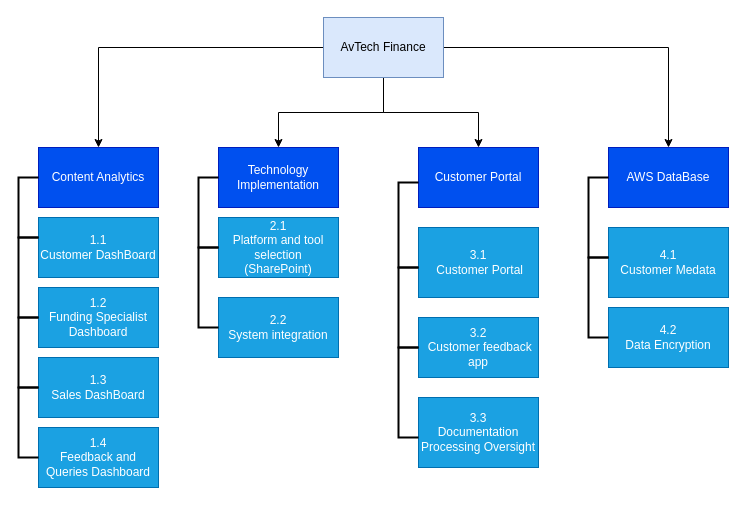
The draw.io diagram WBS for Analysis and Design.drawio in lkingl123/About-Me, before the edit. Source tidied: cells renumbered, new cells numbered last; positions are measured from the earlier drawing's top-left corner, leaving out a move shared by most shapes. Both pictures are drawn from the tidied source at 100%, with x=0, y=0 at pixel (18, 17).
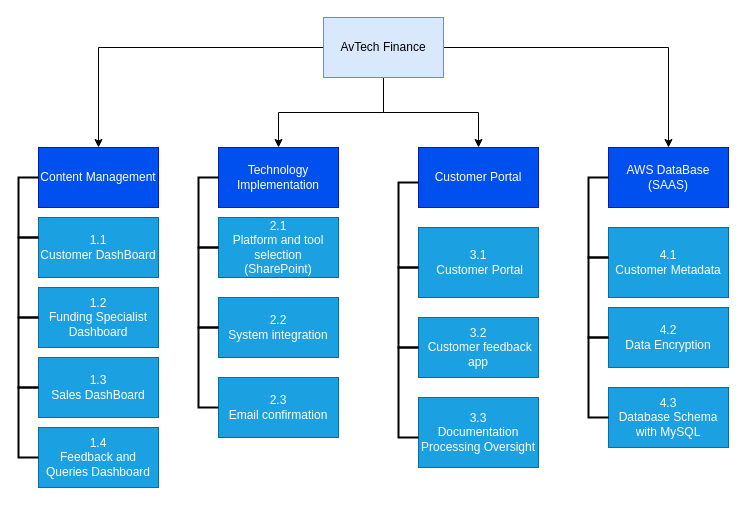
The same page after the edit.

The edit, as a diff of the source:
```diff
@@
-    <mxCell id="7" value="Content Analytics" style="whiteSpace=wrap;html=1;fillColor=#0050ef;fontColor=#ffffff;strokeColor=#001DBC;" parent="1" vertex="1">
+    <mxCell id="7" value="Content Management" style="whiteSpace=wrap;html=1;fillColor=#0050ef;fontColor=#ffffff;strokeColor=#001DBC;" parent="1" vertex="1">
       <mxGeometry x="20" y="130" width="120" height="60" as="geometry" />
     </mxCell>
@@
-    <mxCell id="10" value="AWS DataBase" style="whiteSpace=wrap;html=1;fillColor=#0050ef;fontColor=#ffffff;strokeColor=#001DBC;" parent="1" vertex="1">
+    <mxCell id="10" value="AWS DataBase (SAAS)" style="whiteSpace=wrap;html=1;fillColor=#0050ef;fontColor=#ffffff;strokeColor=#001DBC;" parent="1" vertex="1">
       <mxGeometry x="590" y="130" width="120" height="60" as="geometry" />
     </mxCell>
-    <mxCell id="11" value="4.1&lt;br&gt;Customer Medata" style="whiteSpace=wrap;html=1;fillColor=#1ba1e2;fontColor=#ffffff;strokeColor=#006EAF;" parent="1" vertex="1">
+    <mxCell id="11" value="4.1&lt;br&gt;Customer Metadata" style="whiteSpace=wrap;html=1;fillColor=#1ba1e2;fontColor=#ffffff;strokeColor=#006EAF;" parent="1" vertex="1">
       <mxGeometry x="590" y="210" width="120" height="70" as="geometry" />
     </mxCell>
@@
+    <mxCell id="33" value="2.3&lt;br&gt;Email confirmation" style="whiteSpace=wrap;html=1;fillColor=#1ba1e2;fontColor=#ffffff;strokeColor=#006EAF;" parent="1" vertex="1">
+      <mxGeometry x="200" y="360" width="120" height="60" as="geometry" />
+    </mxCell>
+    <mxCell id="34" value="4.3&lt;br&gt;Database Schema&lt;br&gt;with MySQL" style="whiteSpace=wrap;html=1;fillColor=#1ba1e2;fontColor=#ffffff;strokeColor=#006EAF;" parent="1" vertex="1">
+      <mxGeometry x="590" y="370" width="120" height="60" as="geometry" />
+    </mxCell>
+    <mxCell id="35" style="strokeWidth=2;html=1;shape=mxgraph.flowchart.annotation_1;align=left;" parent="1" vertex="1">
+      <mxGeometry x="570" y="320" width="20" height="80" as="geometry" />
+    </mxCell>
+    <mxCell id="36" style="strokeWidth=2;html=1;shape=mxgraph.flowchart.annotation_1;align=left;" parent="1" vertex="1">
+      <mxGeometry x="180" y="310" width="20" height="80" as="geometry" />
+    </mxCell>
```
